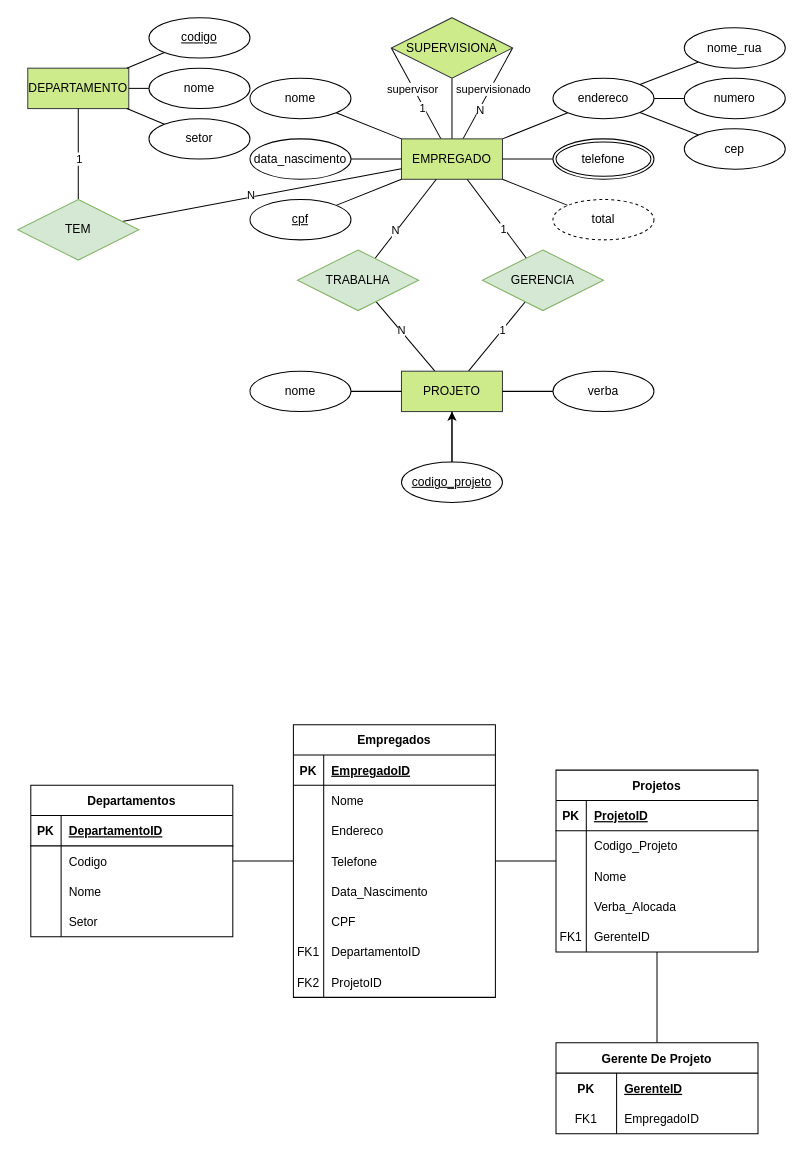
Before: aula2-minimundo-empresa.drawio in AristoEinstein/db-fundamentals, a draw.io diagram. Source tidied: cells renumbered, new cells numbered last; positions are measured from the earlier drawing's top-left corner, leaving out a move shared by most shapes. Both pictures are drawn from the tidied source at 101%, with x=0, y=0 at pixel (17, 17).
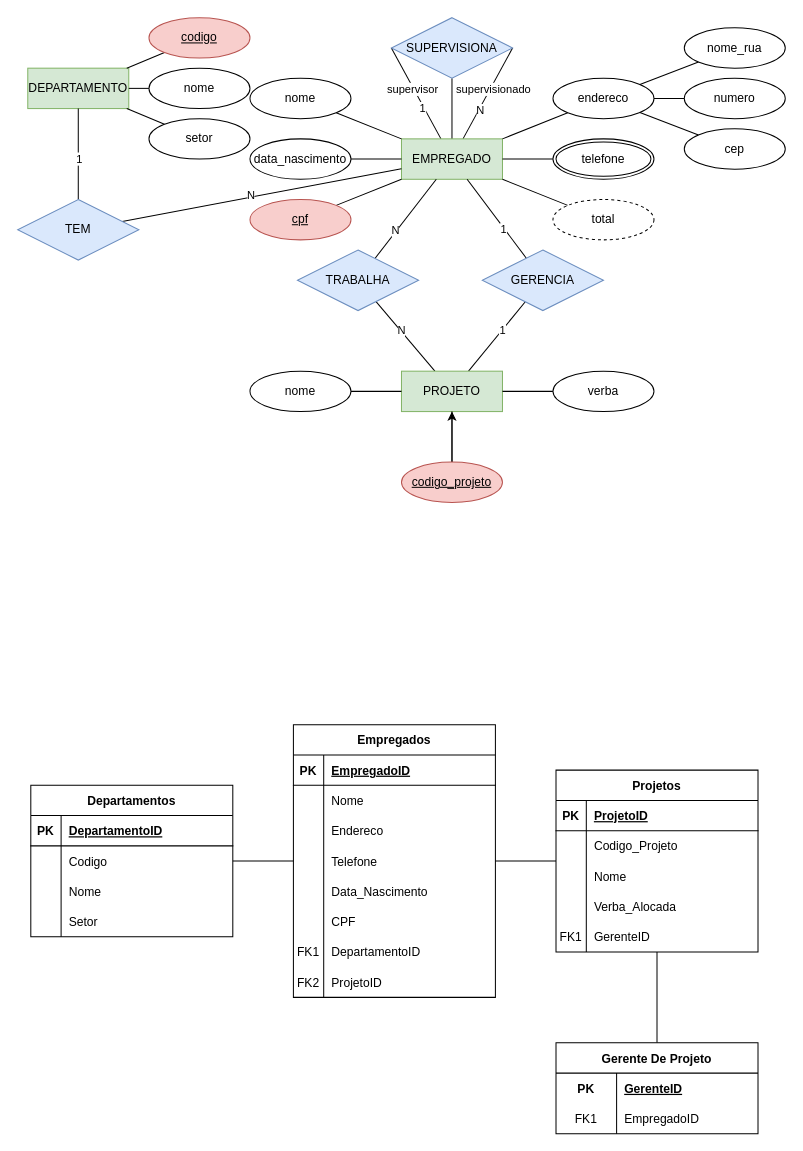
After the change.

Commit message:
coloquei corzinha

Change to the diagram source:
```diff
@@
-    <mxCell id="66" value="DEPARTAMENTO" style="whiteSpace=wrap;html=1;align=center;fillColor=#cdeb8b;strokeColor=#36393d;" parent="1" vertex="1">
+    <mxCell id="66" value="DEPARTAMENTO" style="whiteSpace=wrap;html=1;align=center;fillColor=#d5e8d4;strokeColor=#82b366;" parent="1" vertex="1">
       <mxGeometry x="10" y="50" width="100" height="40" as="geometry" />
     </mxCell>
@@
-    <mxCell id="68" value="codigo" style="ellipse;whiteSpace=wrap;html=1;align=center;fontStyle=4;" parent="1" vertex="1">
+    <mxCell id="68" value="codigo" style="ellipse;whiteSpace=wrap;html=1;align=center;fontStyle=4;fillColor=#f8cecc;strokeColor=#b85450;" parent="1" vertex="1">
       <mxGeometry x="130" width="100" height="40" as="geometry" />
     </mxCell>
@@
-    <mxCell id="80" value="EMPREGADO" style="whiteSpace=wrap;html=1;align=center;fillColor=#cdeb8b;strokeColor=#36393d;" parent="1" vertex="1">
+    <mxCell id="80" value="EMPREGADO" style="whiteSpace=wrap;html=1;align=center;fillColor=#d5e8d4;strokeColor=#82b366;" parent="1" vertex="1">
       <mxGeometry x="380" y="120" width="100" height="40" as="geometry" />
     </mxCell>
@@
-    <mxCell id="86" value="cpf" style="ellipse;whiteSpace=wrap;html=1;align=center;fontStyle=4;" parent="1" vertex="1">
+    <mxCell id="86" value="cpf" style="ellipse;whiteSpace=wrap;html=1;align=center;fontStyle=4;fillColor=#f8cecc;strokeColor=#b85450;" parent="1" vertex="1">
       <mxGeometry x="230" y="180" width="100" height="40" as="geometry" />
     </mxCell>
@@
-    <mxCell id="93" value="PROJETO" style="whiteSpace=wrap;html=1;align=center;fillColor=#cdeb8b;strokeColor=#36393d;" parent="1" vertex="1">
+    <mxCell id="93" value="PROJETO" style="whiteSpace=wrap;html=1;align=center;fillColor=#d5e8d4;strokeColor=#82b366;" parent="1" vertex="1">
       <mxGeometry x="380" y="350" width="100" height="40" as="geometry" />
     </mxCell>
@@
-    <mxCell id="111" value="TRABALHA&lt;br&gt;" style="shape=rhombus;perimeter=rhombusPerimeter;whiteSpace=wrap;html=1;align=center;fillColor=#d5e8d4;strokeColor=#82b366;" parent="1" vertex="1">
+    <mxCell id="111" value="TRABALHA&lt;br&gt;" style="shape=rhombus;perimeter=rhombusPerimeter;whiteSpace=wrap;html=1;align=center;fillColor=#dae8fc;strokeColor=#6c8ebf;" parent="1" vertex="1">
       <mxGeometry x="277" y="230" width="120" height="60" as="geometry" />
     </mxCell>
@@
-    <mxCell id="114" value="GERENCIA" style="shape=rhombus;perimeter=rhombusPerimeter;whiteSpace=wrap;html=1;align=center;fillColor=#d5e8d4;strokeColor=#82b366;" parent="1" vertex="1">
+    <mxCell id="114" value="GERENCIA" style="shape=rhombus;perimeter=rhombusPerimeter;whiteSpace=wrap;html=1;align=center;fillColor=#dae8fc;strokeColor=#6c8ebf;" parent="1" vertex="1">
       <mxGeometry x="460" y="230" width="120" height="60" as="geometry" />
     </mxCell>
@@
-    <mxCell id="119" value="TEM&lt;br&gt;" style="shape=rhombus;perimeter=rhombusPerimeter;whiteSpace=wrap;html=1;align=center;fillColor=#d5e8d4;strokeColor=#82b366;" parent="1" vertex="1">
+    <mxCell id="119" value="TEM&lt;br&gt;" style="shape=rhombus;perimeter=rhombusPerimeter;whiteSpace=wrap;html=1;align=center;fillColor=#dae8fc;strokeColor=#6c8ebf;" parent="1" vertex="1">
       <mxGeometry y="180" width="120" height="60" as="geometry" />
     </mxCell>
-    <mxCell id="120" value="SUPERVISIONA" style="shape=rhombus;perimeter=rhombusPerimeter;whiteSpace=wrap;html=1;align=center;fillColor=#cdeb8b;strokeColor=#36393d;" parent="1" vertex="1">
+    <mxCell id="120" value="SUPERVISIONA" style="shape=rhombus;perimeter=rhombusPerimeter;whiteSpace=wrap;html=1;align=center;fillColor=#dae8fc;strokeColor=#6c8ebf;" parent="1" vertex="1">
       <mxGeometry x="370" width="120" height="60" as="geometry" />
     </mxCell>
@@
-    <mxCell id="122" value="codigo_projeto" style="ellipse;whiteSpace=wrap;html=1;align=center;fontStyle=4;" parent="1" vertex="1">
+    <mxCell id="122" value="codigo_projeto" style="ellipse;whiteSpace=wrap;html=1;align=center;fontStyle=4;fillColor=#f8cecc;strokeColor=#b85450;" parent="1" vertex="1">
       <mxGeometry x="380" y="440" width="100" height="40" as="geometry" />
     </mxCell>
```
